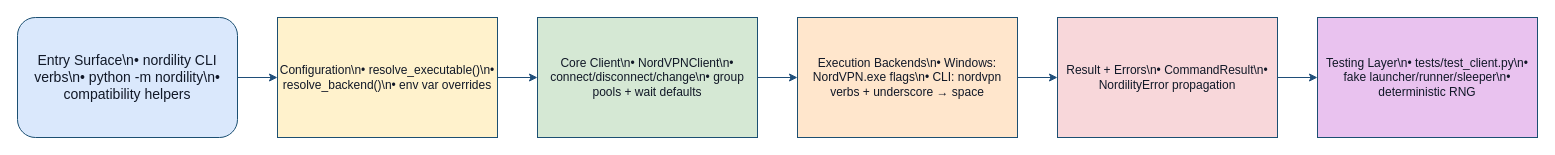
Before: docs/diagrams/repo-architecture.drawio in casonk/nordility, a draw.io diagram. Source tidied: cells renumbered, new cells numbered last; positions are measured from the earlier drawing's top-left corner, leaving out a move shared by most shapes. Both pictures are drawn from the tidied source at 100%, with x=0, y=0 at pixel (17, 17).
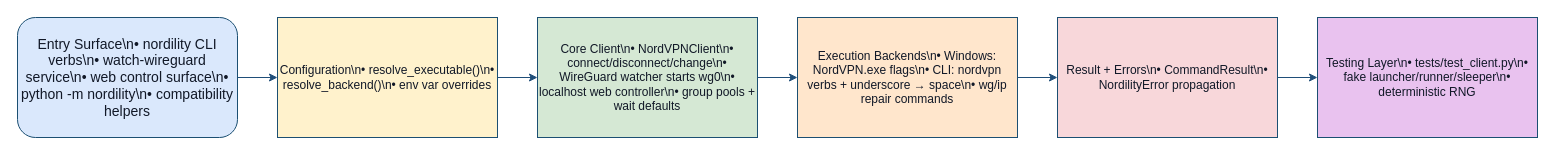
The same diagram, later.

What changed in the source:
```diff
@@
 <mxGraphModel>
   <root>
     <mxCell id="0" />
     <mxCell id="1" parent="0" />
-    <mxCell id="2" value="Entry Surface\n• nordility CLI verbs\n• python -m nordility\n• compatibility helpers" style="rounded=1;whiteSpace=wrap;html=1;fillColor=#DAE8FC;strokeColor=#1B4F72;fontColor=#111827;fontSize=14;" parent="1" vertex="1">
+    <mxCell id="2" value="Entry Surface\n• nordility CLI verbs\n• watch-wireguard service\n• web control surface\n• python -m nordility\n• compatibility helpers" style="rounded=1;whiteSpace=wrap;html=1;fillColor=#DAE8FC;strokeColor=#1B4F72;fontColor=#111827;fontSize=14;" parent="1" vertex="1">
       <mxGeometry width="220" height="120" as="geometry" />
     </mxCell>
     <mxCell id="3" value="Configuration\n• resolve_executable()\n• resolve_backend()\n• env var overrides" style="rounded=0;whiteSpace=wrap;html=1;fillColor=#FFF2CC;strokeColor=#1B4F72;fontColor=#111827;fontSize=12;" parent="1" vertex="1">
       <mxGeometry x="260" width="220" height="120" as="geometry" />
     </mxCell>
-    <mxCell id="4" value="Core Client\n• NordVPNClient\n• connect/disconnect/change\n• group pools + wait defaults" style="rounded=0;whiteSpace=wrap;html=1;fillColor=#D5E8D4;strokeColor=#1B4F72;fontColor=#111827;fontSize=12;" parent="1" vertex="1">
+    <mxCell id="4" value="Core Client\n• NordVPNClient\n• connect/disconnect/change\n• WireGuard watcher starts wg0\n• localhost web controller\n• group pools + wait defaults" style="rounded=0;whiteSpace=wrap;html=1;fillColor=#D5E8D4;strokeColor=#1B4F72;fontColor=#111827;fontSize=12;" parent="1" vertex="1">
       <mxGeometry x="520" width="220" height="120" as="geometry" />
     </mxCell>
-    <mxCell id="5" value="Execution Backends\n• Windows: NordVPN.exe flags\n• CLI: nordvpn verbs + underscore → space" style="rounded=0;whiteSpace=wrap;html=1;fillColor=#FFE6CC;strokeColor=#1B4F72;fontColor=#111827;fontSize=12;" parent="1" vertex="1">
+    <mxCell id="5" value="Execution Backends\n• Windows: NordVPN.exe flags\n• CLI: nordvpn verbs + underscore → space\n• wg/ip repair commands" style="rounded=0;whiteSpace=wrap;html=1;fillColor=#FFE6CC;strokeColor=#1B4F72;fontColor=#111827;fontSize=12;" parent="1" vertex="1">
       <mxGeometry x="780" width="220" height="120" as="geometry" />
     </mxCell>
     <mxCell id="6" value="Result + Errors\n• CommandResult\n• NordilityError propagation" style="rounded=0;whiteSpace=wrap;html=1;fillColor=#F8D7DA;strokeColor=#1B4F72;fontColor=#111827;fontSize=12;" parent="1" vertex="1">
       <mxGeometry x="1040" width="220" height="120" as="geometry" />
     </mxCell>
     <mxCell id="7" value="Testing Layer\n• tests/test_client.py\n• fake launcher/runner/sleeper\n• deterministic RNG" style="rounded=0;whiteSpace=wrap;html=1;fillColor=#E9C2EF;strokeColor=#1B4F72;fontColor=#111827;fontSize=12;" parent="1" vertex="1">
       <mxGeometry x="1300" width="220" height="120" as="geometry" />
     </mxCell>
     <mxCell id="8" style="edgeStyle=orthogonalEdgeStyle;rounded=0;jettySize=auto;html=1;strokeColor=#1F4E79;jumpStyle=arc;jumpSize=10;" parent="1" edge="1" source="2" target="3">
       <mxGeometry relative="1" as="geometry" />
     </mxCell>
     <mxCell id="9" style="edgeStyle=orthogonalEdgeStyle;rounded=0;jettySize=auto;html=1;strokeColor=#1F4E79;jumpStyle=arc;jumpSize=10;" parent="1" edge="1" source="3" target="4">
       <mxGeometry relative="1" as="geometry" />
     </mxCell>
     <mxCell id="10" style="edgeStyle=orthogonalEdgeStyle;rounded=0;jettySize=auto;html=1;strokeColor=#1F4E79;jumpStyle=arc;jumpSize=10;" parent="1" edge="1" source="4" target="5">
       <mxGeometry relative="1" as="geometry" />
     </mxCell>
     <mxCell id="11" style="edgeStyle=orthogonalEdgeStyle;rounded=0;jettySize=auto;html=1;strokeColor=#1F4E79;jumpStyle=arc;jumpSize=10;" parent="1" edge="1" source="5" target="6">
       <mxGeometry relative="1" as="geometry" />
     </mxCell>
     <mxCell id="12" style="edgeStyle=orthogonalEdgeStyle;rounded=0;jettySize=auto;html=1;strokeColor=#1F4E79;jumpStyle=arc;jumpSize=10;" parent="1" edge="1" source="6" target="7">
       <mxGeometry relative="1" as="geometry" />
     </mxCell>
   </root>
 </mxGraphModel>
```
